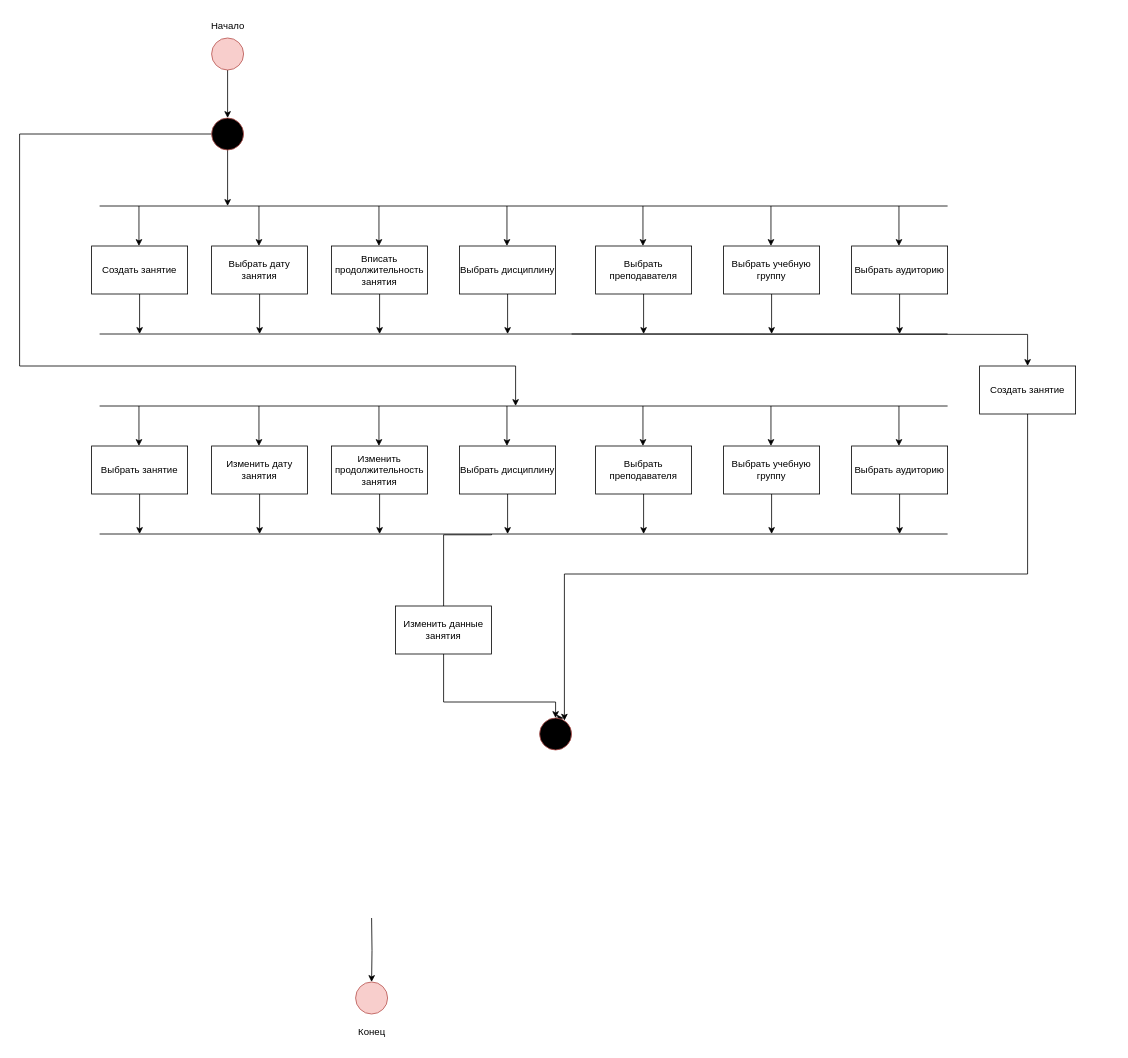
flouressaint/myDiagrams keeps this draw.io diagram as page "Page-1" (1 of 3) of schedule-serviceScenary.drawio. Above is the earlier version. Source tidied: cells renumbered, new cells numbered last; positions are measured from the earlier drawing's top-left corner, leaving out a move shared by most shapes. Both pictures are drawn from the tidied source at 80%, with x=0, y=0 at pixel (19, 14).
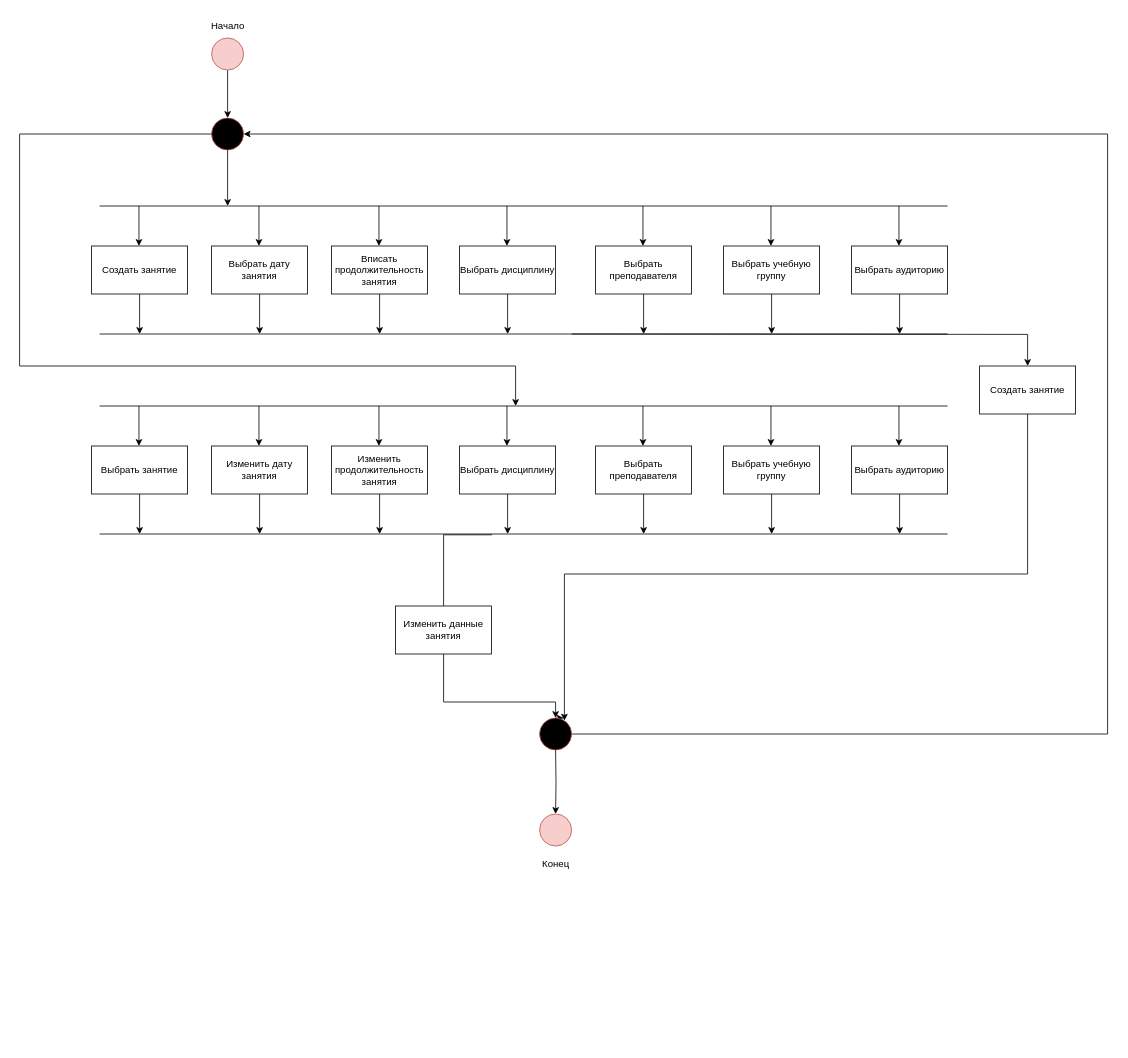
The same page after the edit.

The change refers to these unchanged cells:
```xml
<mxCell id="10" style="ellipse;whiteSpace=wrap;html=1;fillColor=#000000;strokeColor=#b85450;" parent="1" vertex="1">
  <mxGeometry x="240" y="130" width="40" height="40" as="geometry" />
</mxCell>
<mxCell id="60" style="ellipse;whiteSpace=wrap;html=1;fillColor=#000000;strokeColor=#b85450;" parent="1" vertex="1">
  <mxGeometry x="650" y="880" width="40" height="40" as="geometry" />
</mxCell>
```

The edit, as a diff of the source:
```diff
@@
     <mxCell id="5" style="edgeStyle=orthogonalEdgeStyle;rounded=0;jettySize=auto;html=1;" parent="1" edge="1" target="6">
       <mxGeometry relative="1" as="geometry">
-        <mxPoint x="440" y="1130" as="sourcePoint" />
+        <mxPoint x="670" y="920" as="sourcePoint" />
       </mxGeometry>
     </mxCell>
     <mxCell id="6" style="ellipse;whiteSpace=wrap;html=1;fillColor=#f8cecc;strokeColor=#b85450;" parent="1" vertex="1">
-      <mxGeometry x="420" y="1210" width="40" height="40" as="geometry" />
+      <mxGeometry x="650" y="1000" width="40" height="40" as="geometry" />
     </mxCell>
     <mxCell id="7" value="Конец" style="text;html=1;align=center;verticalAlign=middle;strokeColor=none;fillColor=none;" parent="1" vertex="1">
-      <mxGeometry x="410" y="1258" width="60" height="30" as="geometry" />
+      <mxGeometry x="640" y="1048" width="60" height="30" as="geometry" />
     </mxCell>
@@
+    <mxCell id="64" style="edgeStyle=orthogonalEdgeStyle;rounded=0;jettySize=auto;html=1;entryX=1;entryY=0.5;entryDx=0;entryDy=0;" parent="1" edge="1" source="60" target="10">
+      <mxGeometry relative="1" as="geometry">
+        <Array as="points">
+          <mxPoint x="1360" y="900" />
+          <mxPoint x="1360" y="150" />
+        </Array>
+      </mxGeometry>
+    </mxCell>
```
